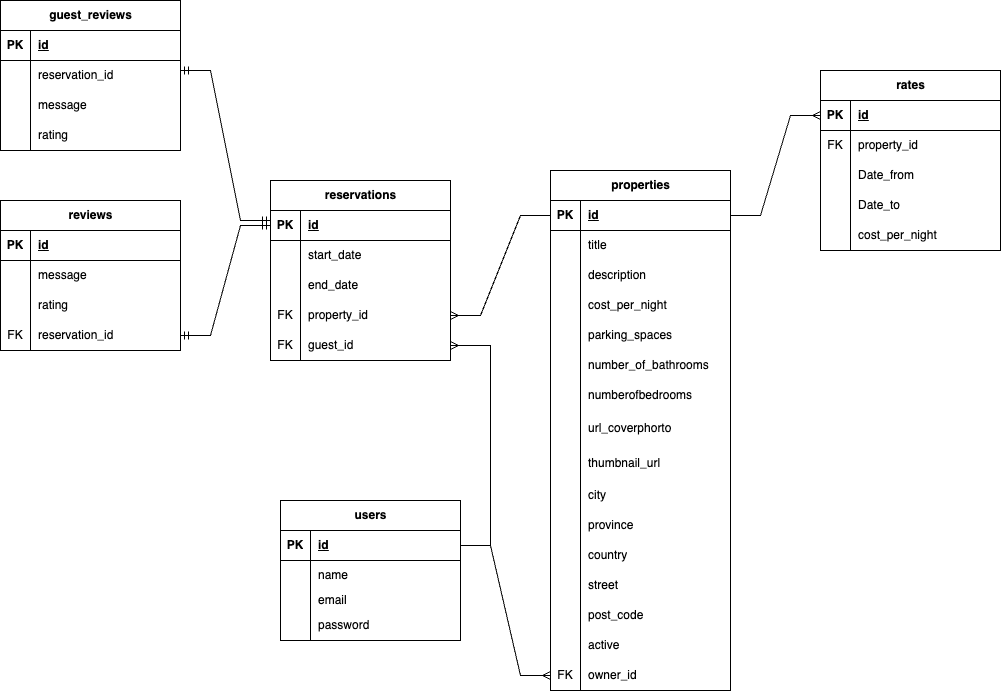
The draw.io diagram docs/LIGHTHOUSE-ERD.png in aleaguilar01/lightbnb, before a commit. Source tidied: cells renumbered, new cells last; positions are measured from the earlier drawing's top-left corner, leaving out a move shared by most shapes.
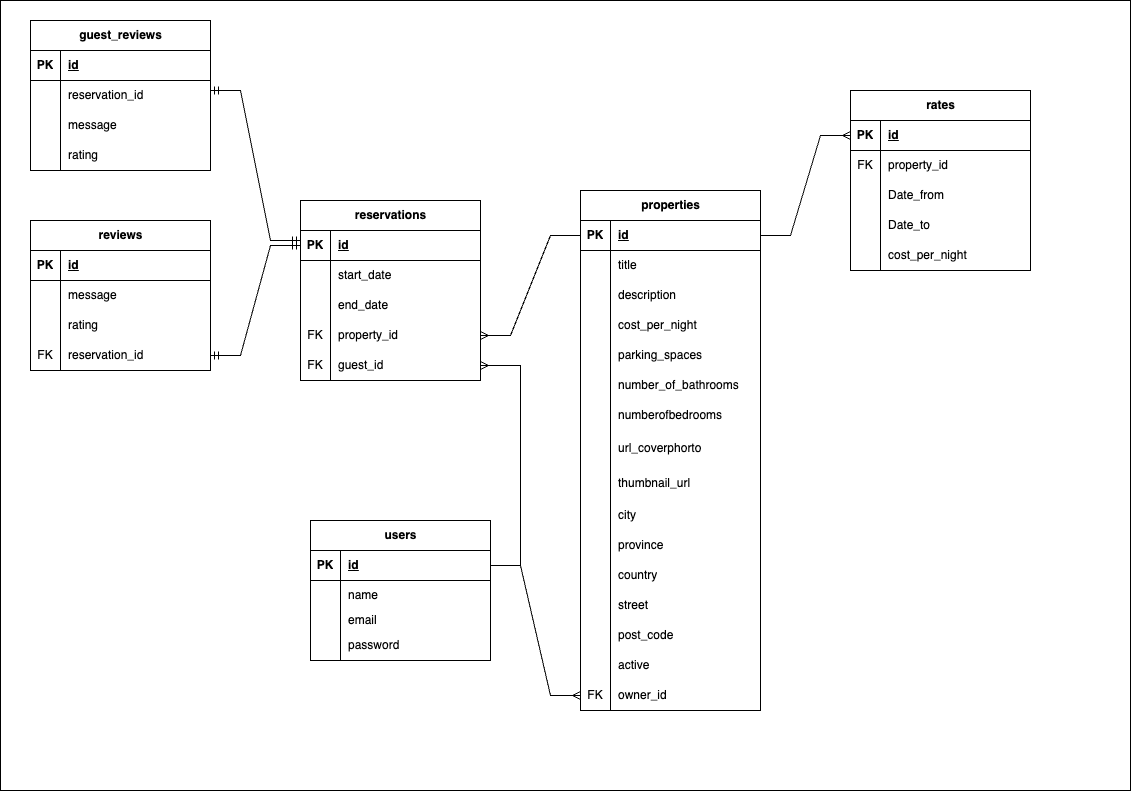
The same file after the commit.

Commit message:
Eslint and clean code.

Change to the diagram source:
```diff
@@ -2,6 +2,9 @@
   <root>
     <mxCell id="0" />
     <mxCell id="1" parent="0" />
+    <mxCell id="128" style="rounded=0;whiteSpace=wrap;html=1;" parent="1" vertex="1">
+      <mxGeometry x="-30" y="-20" width="1130" height="790" as="geometry" />
+    </mxCell>
     <mxCell id="2" value="users" style="shape=table;startSize=30;rowLines=0;fontStyle=1;align=center;html=1;" parent="1" vertex="1">
       <mxGeometry x="280" y="500" width="180" height="140" as="geometry" />
     </mxCell>
```
